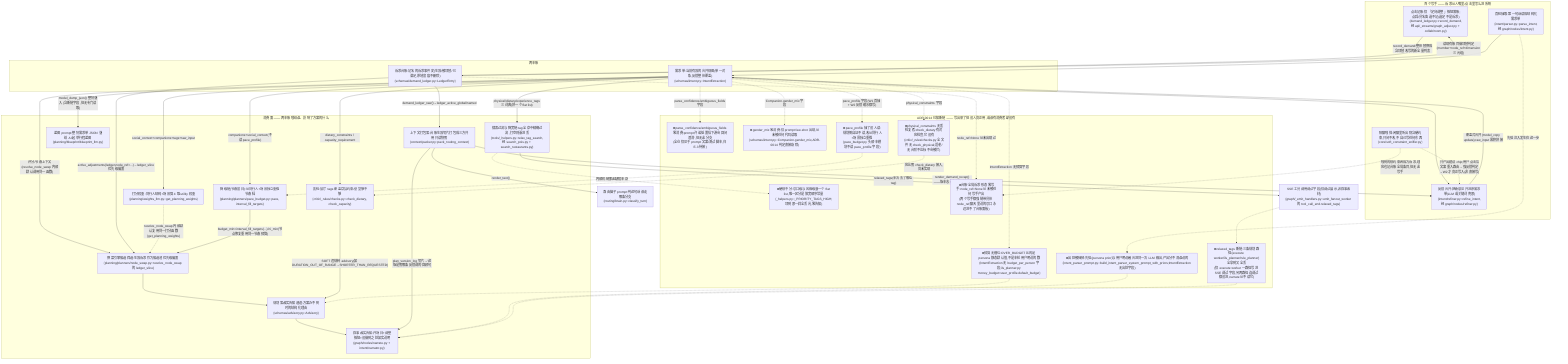
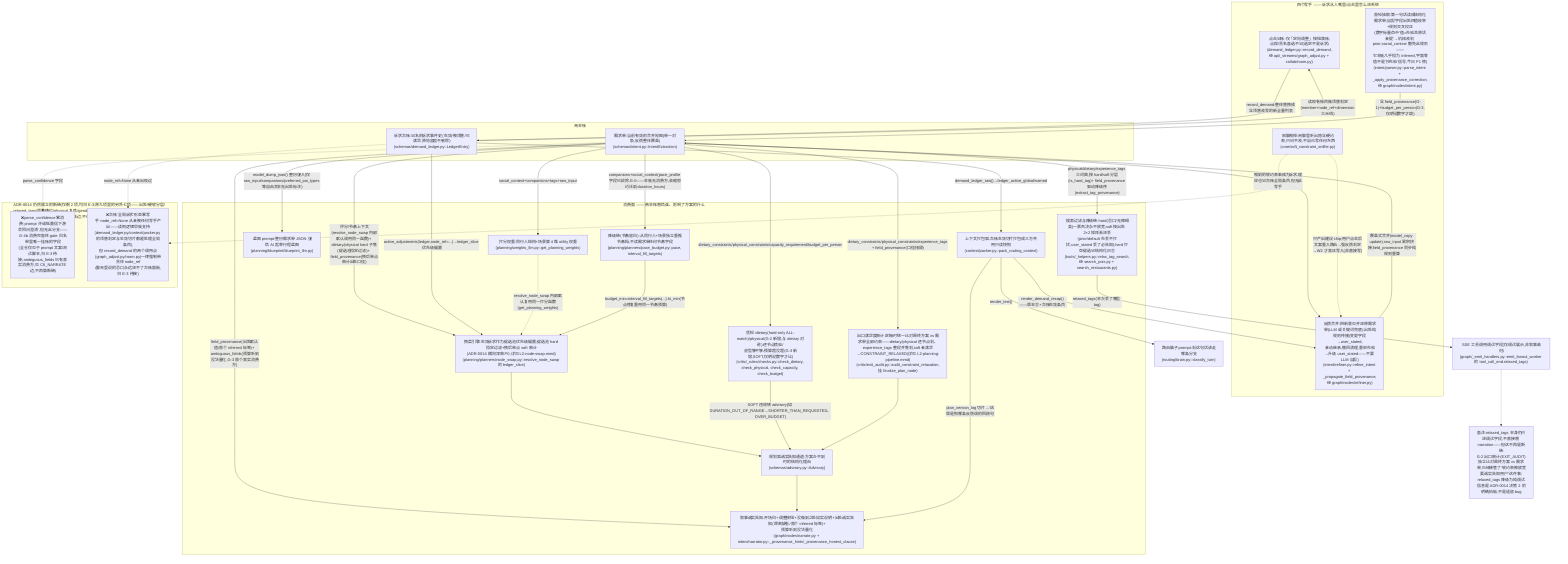
%% ============================================================
%% L2-a · 约束数据流 —— 这张图回答:
%%   「用户的诉求(说的/点的/聊天里带出的)怎么变成结构化数据、
%%    又被谁消费去影响方案」
%% ----
%% 受众: 有基础知识的非开发者也要能读懂(人话为主) + 开发者可定位(括号内代码名)
- %% 基于 commit: 57afcef (2026-07-03)
+ %% 基于 commit: 93906e3
%% 前置阅读: docs/map/L1-modules.mmd / L1-turn-pipeline.mmd / index.html 的 L0 术语表
%%           (「需求单」=IntentExtraction,「诉求台账」=demand_ledger,「质检」=critic,
%%            「兜底」=fallback/drain —— 本图沿用这套词,不新造术语)
%% ----
- %% 【这是什么】ADR-0014(需求分析环节治理)的作业底图。全链路只读审查发现:
- %%   骨架成立(分层抽取/输入分层/校验-重试环都是成熟范式),但管道漏水——
- %%   若干字段被认真写出后从未被真正读过,若干"诚实告知"的素材半路被丢弃。
- %%   本图把「写手 → 两本账 → 消费面」的真实边全部画出来,断链用虚线+❌标出,
- %%   这正是 ADR-0014 决策(G-0~G-3 + E-3 挂钩两项)要收口的洞。
+ %% 【这是什么】ADR-0014(需求分析环节治理)的作业底图。上一版画的是 2026-07-03
+ %%   全链路只读审查*当时*发现的九处断链;此后 G-0~G-4b 六个批次(3b217f6/
+ %%   206de2e/53ba99b/711a034/60f6130 等)+ 横向深审四发现的处置批(b15fee5/
+ %%   f46423d/a88c96b)+ 降级演练追加批(3113332)已陆续把七处收口——本图这版
+ %%   按 docs/adr/0014-requirement-analysis-provenance-and-hard-constraints.md
+ %%   「落地状态」节 + 读码逐条核实重画:管道基本不再
+ %%   漏水,只剩 E-3 挂钩的两项还在断链区(parse_confidence 的置信度→追问分支、
+ %%   台账"全局诉求"形态的写手),其余七处已画成实线/移出断链区。
%% ----
%% 【图例】
%%   实线 -->   = 当前代码里真实在跑的消费/写入边(有 grep/读码实锤)
%%   虚线 -.->  = 断链 / 非直接(需用户点击中转) / 派生但未真正接线
- %%   ❌ 前缀    = ADR-0014 判定的已知缺口(管道漏水清单)
+ %%   ❌ 前缀    = 仍然成立的已知缺口(现仅剩 2 处,均归 E-3)
%% ----
%% 【锚点表:节点 id → 代码位置】
- %%   W1_PARSE       agent/intent/parser.py::parse_intent ; agent/graph/nodes/intent.py::intent_node
- %%   W2_REFINE      agent/intent/refiner.py::refine_intent ; agent/graph/nodes/refiner.py::refiner_node
+ %%   W1_PARSE       agent/intent/parser.py::parse_intent + _apply_provenance_correction ;
+ %%                  agent/graph/nodes/intent.py::intent_node
+ %%   W2_REFINE      agent/intent/refiner.py::refine_intent + _propagate_field_provenance ;
+ %%                  agent/graph/nodes/refiner.py::refiner_node
%%   W3_LEDGER_WRITE  schemas/demand_ledger.py::record_demand ; api/_streams/graph_adjust.py ; collab/room.py
%%   W4_SNIFFER     agent/core/soft_constraint_sniffer.py::build_soft_constraint_decision
- %%   L_INTENT       schemas/intent.py::IntentExtraction (存于 AgentState["intent"])
+ %%   L_INTENT       schemas/intent.py::IntentExtraction (存于 AgentState["intent"];
+ %%                  field_provenance 字段 · G-1 · 194-214;budget_per_person 字段 · G-3 · 172-183)
%%   L_LEDGER       schemas/demand_ledger.py::LedgerEntry (存于 AgentState["demand_ledger"] / Room.demand_ledger)
- %%   C1_SEARCH      tools/_helpers.py::relax_tag_search ; tools/search_pois.py ; tools/search_restaurants.py
+ %%   C1_SEARCH      tools/_helpers.py::relax_tag_search(hard 恒不放宽,soft 按 field_provenance
+ %%                  排序渐进丢,hard 打空候选记结构化日志) ; tools/search_pois.py ; tools/search_restaurants.py
%%   C2_BLUEPRINT   agent/planning/blueprint/blueprint_llm.py
%%   C3_WEIGHTS     agent/planning/weights_llm.py::get_planning_weights
- %%   C4_CRITIC      agent/planning/critic/_rules/checks.py::check_dietary, check_capacity
+ %%   C4_CRITIC      agent/planning/critic/_rules/checks.py::check_dietary(hard-only ALL-match,已改判) /
+ %%                  check_physical(G-2 新增,与 check_dietary 对称) / check_capacity / check_budget(G-3 新增,SOFT)
%%   C5_PACEBUDGET  agent/planning/planners/pace_budget.py::pace, interval_fill_targets
- %%   C6_NARRATE     agent/graph/nodes/narrate.py ; agent/intent/narrator.py
+ %%   C6_NARRATE     agent/graph/nodes/narrate.py ; agent/intent/narrator.py(_provenance_hints/
+ %%                  _provenance_honest_clause · G-1/G-3 两个消费方:出处默认值/inferred 标签 + 预算
+ %%                  听到没法量化)
%%   C7_PACKER      agent/context/packer.py::pack_routing_context, render_demand_recap ; agent/context/types.py
- %%   C8_SWAP        agent/planning/planners/node_swap.py::resolve_node_swap (ledger_slice 形参)
+ %%   C8_SWAP        agent/planning/planners/node_swap.py::resolve_node_swap (ledger_slice 形参 +
+ %%                  _filter_hard_violations/_audit_swapped_node · ADR-0014 横向深审 P0,详见 L2-node-swap.mmd)
%%   C9_ADVISORY    schemas/advisory.py::Advisory ; ils_planner.py::_build_success_advisories ; node_swap.py 降级序列
+ %%   EXIT_AUDIT     agent/planning/critic/exit_audit.py::audit_constraint_relaxation(G-2,挂 finalize_plan_node,
+ %%                  详见 L2-planning-pipeline.mmd)
%%   SSE_DEBUG      agent/graph/_emit_handlers.py::emit_fanout_worker (tool_call_end.relaxed_tags)
%%   ROUTER_BRAIN   agent/routing/brain.py::classify_turn
- %%   G_*            ADR-0014 判定的断链/缺口(见各节点文字与背景 docstring 引用行号)
+ %%   G_*            仍然成立的断链(仅 2 项,归 E-3;见各节点文字与背景 docstring 引用行号)
%% ============================================================
flowchart TB

  subgraph WRITERS["四个写手 —— 诉求从人嘴里/点击里怎么进系统"]
-     W1_PARSE["首轮抽取:第一句话读成结构化需求单<br/>(intent/parser.py::parse_intent,经 graph/nodes/intent.py)"]
-     W2_REFINE["反馈合并:把新意见并进原需求单(LLM 或关键词兜底)<br/>(intent/refiner.py::refine_intent,经 graph/nodes/refiner.py)"]
+     W1_PARSE["首轮抽取:第一句话读成结构化需求单;自报字段出处四值枚举+规则交叉校正<br/>(数字标量命中'值=先验且原话未提'→机械改判 prior;social_context 豁免此规则——<br/>它本就几乎恒为 inferred,字面等值不是'抄先验'信号,今日 P1 修)<br/>(intent/parser.py::parse_intent + _apply_provenance_correction,经 graph/nodes/intent.py)"]
+     W2_REFINE["反馈合并:把新意见并进原需求单(LLM 或关键词兜底);出处纯规则传播(变更字段→user_stated,<br/>未动继承,撤回清理,重申先验→升级 user_stated——不要 LLM 自报)<br/>(intent/refiner.py::refine_intent + _propagate_field_provenance,经 graph/nodes/refiner.py)"]
    W3_LEDGER_WRITE["点击记账:仅「定向调整」按钮落账;点踩/具名备选不记(选定不是诉求)<br/>(demand_ledger.py::record_demand,经 api/_streams/graph_adjust.py + collab/room.py)"]
    W4_SNIFFER["陪聊嗅探:闲聊里听出隐含硬约束,只问不改,不自己写任何东西<br/>(core/soft_constraint_sniffer.py)"]
  end

  subgraph LEDGERS["两本账"]
    L_INTENT["需求单:当前有效的合并视图(单一对象,反馈整体覆盖)<br/>(schemas/intent.py::IntentExtraction)"]
    L_LEDGER["诉求台账:记名的诉求事件史(生效/被顶替/已满足,原地留痕不删除)<br/>(schemas/demand_ledger.py::LedgerEntry)"]
  end

-   W1_PARSE --> L_INTENT
+   W1_PARSE -->|"含 field_provenance(G-1)+budget_per_person(G-3,仅明说数字才填)"| L_INTENT
  L_INTENT --> W2_REFINE
-   W2_REFINE -->|"覆盖式合并(model_copy update),raw_input 累积拼接"| L_INTENT
+   W2_REFINE -->|"覆盖式合并(model_copy update),raw_input 累积拼接,field_provenance 同步纯规则重算"| L_INTENT
  L_LEDGER -->|"读现有账目做顶替判定(member+node_ref+dimension 三元组)"| W3_LEDGER_WRITE
  W3_LEDGER_WRITE -->|"record_demand:整体替换成含顶替改写的新全量列表"| L_LEDGER
  W4_SNIFFER -.->|"只产出建议 chip;用户点击后文案重入路由→强反馈判定→W2 才真正写入(非直接写)"| W2_REFINE

  subgraph CONSUMERS["消费面 —— 两本账喂给谁、影响了方案的什么"]
-     C1_SEARCH["搜索过滤与降宽链:tag 全命中精确过滤,打空则渐进丢<br/>(tools/_helpers.py::relax_tag_search,经 search_pois.py + search_restaurants.py)"]
+     C1_SEARCH["搜索过滤与降级链:hard(忌口/无障碍类)一票否决永不放宽;soft 按出处 2×2 矩阵渐进丢<br/>(prior/default 先丢不打扰,user_stated 丢了必告知);hard 打空候选记结构化日志<br/>(tools/_helpers.py::relax_tag_search,经 search_pois.py + search_restaurants.py)"]
    C2_BLUEPRINT["蓝图 prompt:整份需求单 JSON 灌给 AI 起草行程蓝图<br/>(planning/blueprint/blueprint_llm.py)"]
    C3_WEIGHTS["打分权重:同行人结构+场景算 4 维 utility 权重<br/>(planning/weights_llm.py::get_planning_weights)"]
-     C4_CRITIC["质检:餐厅 tags 覆盖饮食约束/桌型够不够<br/>(critic/_rules/checks.py::check_dietary, check_capacity)"]
-     C5_PACEBUDGET["降级链(节奏留白):从同行人+场景独立重推节奏档<br/>(planning/planners/pace_budget.py::pace, interval_fill_targets)"]
-     C6_NARRATE["叙事诚实告知:开场白+调整按钮+没做到之处如实说明<br/>(graph/nodes/narrate.py + intent/narrator.py)"]
+     C4_CRITIC["质检:dietary(hard-only ALL-match)/physical(G-2 新增,与 dietary 对称)逐节点核验/<br/>桌型够不够/预算超没超(G-3 新增,SOFT,仅明说数字才比)<br/>(critic/_rules/checks.py::check_dietary, check_physical, check_capacity, check_budget)"]
+     C5_PACEBUDGET["降级链(节奏留白):从同行人+场景独立重推节奏档,不读需求单任何节奏字段<br/>(planning/planners/pace_budget.py::pace, interval_fill_targets)"]
+     C6_NARRATE["叙事诚实告知:开场白+调整按钮+没做到之处如实说明+出处诚实告知(距离缺省/首个 inferred 标签)+<br/>预算听到没法量化<br/>(graph/nodes/narrate.py + intent/narrator.py::_provenance_hints/_provenance_honest_clause)"]
    C7_PACKER["上下文打包器:台账生效切片打包成三方共用只读快照<br/>(context/packer.py::pack_routing_context)"]
-     C8_SWAP["换菜引擎候选筛选:生效诉求作为候选池优先级偏置<br/>(planning/planners/node_swap.py::resolve_node_swap 的 ledger_slice)"]
+     C8_SWAP["换菜引擎:生效诉求作为候选池优先级偏置;候选池 hard 恒定过滤+换后单点 soft 审计<br/>(ADR-0014 横向深审 P0,详见 L2-node-swap.mmd)<br/>(planning/planners/node_swap.py::resolve_node_swap 的 ledger_slice)"]
    C9_ADVISORY["规划器诚实告知通道:方案办不到时的结构化理由<br/>(schemas/advisory.py::Advisory)"]
+     EXIT_AUDIT["出口满足度审计:定稿时统一比对最终方案 vs 需求单全部约束——dietary/physical 逐节点判、<br/>experience_tags 整段并集判,soft 未满足→CONSTRAINT_RELAXED(详见 L2-planning-pipeline.mmd)<br/>(critic/exit_audit.py::audit_constraint_relaxation,挂 finalize_plan_node)"]
  end

  SSE_DEBUG["SSE 工具调用调试字段(仅调试展示,非叙事素材)<br/>(graph/_emit_handlers.py::emit_fanout_worker 的 tool_call_end.relaxed_tags)"]
  ROUTER_BRAIN["路由脑子 prompt:判这句话该走哪条分支<br/>(routing/brain.py::classify_turn)"]
+   NOTE_RELAX["备注:relaxed_tags 本身仍只进调试字段,不直接喂 narration——但这不再是断链:<br/>G-2 出口审计(EXIT_AUDIT)独立比对最终方案 vs 需求单,已经接管了'软约束被放宽要诚实告知用户'这件事;<br/>relaxed_tags 降级为纯调试信息是 ADR-0014 决策 2 的明确拍板,不是遗留 bug"]

-   L_INTENT -->|"physical/dietary/experience_tags 三词典(拼一个 flat list)"| C1_SEARCH
-   L_INTENT -->|"model_dump_json() 整份灌入(含断链字段,但无专门读取)"| C2_BLUEPRINT
+   L_INTENT -->|"physical/dietary/experience_tags 三词典,按 hard/soft 分层(is_hard_tag)+ field_provenance 驱动降级序(extract_tag_provenance)"| C1_SEARCH
+   L_INTENT -->|"model_dump_json() 整份灌入(仅 raw_input/companions/preferred_poi_types 等自由文本无出处标注)"| C2_BLUEPRINT
  L_INTENT -->|"social_context+companions+tags+raw_input"| C3_WEIGHTS
-   L_INTENT -->|"dietary_constraints / capacity_requirement"| C4_CRITIC
-   L_INTENT -->|"companions+social_context(不读 pace_profile)"| C5_PACEBUDGET
-   L_INTENT -->|"评分/节奏上下文(resolve_node_swap 内部默认调用同一函数)"| C8_SWAP
+   L_INTENT -->|"dietary_constraints/physical_constraints/capacity_requirement/budget_per_person"| C4_CRITIC
+   L_INTENT -->|"companions+social_context(pace_profile 字段已砍除,G-0——本就无消费方,收缩契约迁到 duration_hours)"| C5_PACEBUDGET
+   L_INTENT -->|"评分/节奏上下文(resolve_node_swap 内部默认调用同一函数)+ dietary/physical hard 子集(候选池恒定过滤)+ field_provenance(换后单点审计出处口径)"| C8_SWAP
+   L_INTENT -->|"field_provenance(出处默认值/首个 inferred 标签)+ ambiguous_fields(预算听到没法量化,G-3 首个真实消费方)"| C6_NARRATE
+   L_INTENT -->|"dietary_constraints/physical_constraints/experience_tags + field_provenance(口径措辞)"| EXIT_AUDIT

  L_LEDGER -->|"demand_ledger_raw()→ledger_active_global/named"| C7_PACKER
  L_LEDGER -->|"active_adjustments(ledger,node_ref=...)→ledger_slice 优先级偏置"| C8_SWAP

  C3_WEIGHTS -.->|"resolve_node_swap 内部默认复用同一打分函数(get_planning_weights)"| C8_SWAP
  C5_PACEBUDGET -->|"budget_min=interval_fill_targets(...).hi_min(节点修复重用同一节奏预算)"| C8_SWAP

  C8_SWAP --> C9_ADVISORY
-   C4_CRITIC -->|"SOFT 违规转 advisory(如 DURATION_OUT_OF_RANGE→SHORTER_THAN_REQUESTED)"| C9_ADVISORY
+   C4_CRITIC -->|"SOFT 违规转 advisory(如 DURATION_OUT_OF_RANGE→SHORTER_THAN_REQUESTED、OVER_BUDGET)"| C9_ADVISORY
+   EXIT_AUDIT --> C9_ADVISORY
  C9_ADVISORY --> C6_NARRATE

  C7_PACKER -->|"render_text()"| ROUTER_BRAIN
  C7_PACKER -->|"render_demand_recap()——版本志+台账生效条目"| W2_REFINE
  C7_PACKER -->|"plan_version_log 切片→'这版是照哪条反馈调的'回顾句"| C6_NARRATE

-   subgraph GAPS["ADR-0014 已知断链 —— 写出来了但没人真正用,或该有消费者却没有"]
-     G_PROVENANCE["❌出处被抹掉:先验(persona prior)与用户明说融合进同一次 LLM 输出,产出分不清谁说的<br/>(intent_parser_prompt.py::build_intent_parser_system_prompt_with_priors;IntentExtraction 无出处字段)"]
-     G_CONF["❌parse_confidence/ambiguous_fields 零消费:prompt 许诺'低置信下游会回问澄清',但无此分支<br/>(全仓仅见于 prompt 文案/测试脚本,归 E-3 待接)"]
-     G_GENDER["❌gender_mix 零消费:仅 prompt few-shot 出现,从未被任何代码读取<br/>(schemas/intent.py::Companion.gender_mix,ADR-0014 判定直接砍除)"]
-     G_PACE["❌pace_profile 抽了没人读:规划侧自证不读,改从同行人+场景独立重推<br/>(pace_budget.py 头部'本模块不读 pace_profile 字段')"]
-     G_HARDSOFT["❌硬软不分:忌口级与风格级混一个 flat list,唯一区分是放宽顺序常量<br/>(_helpers.py::_PRIORITY_TAGS_HIGH;顶到底一样全丢光,零告知)"]
-     G_RELAX["❌relaxed_tags 断链:三条规划路径(execute worker/ils_planner/rule_planner)全拿到又全丢<br/>(仅 execute worker 一路径写进 SSE 调试字段,另两路径连调试都没进,narrate 从不读它)"]
-     G_BUDGET["❌预算无槽位:OVER_BUDGET 比的是 persona 静态默认值,不是本轮用户明说的数<br/>(IntentExtraction 无 budget_per_person 字段;ils_planner.py money_budget=user_profile.default_budget)"]
-     G_PHYS["❌physical_constraints 无质检复核:check_dietary 有对应检查,它没有<br/>(critic/_rules/checks.py 全文件无 check_physical;适老/无台阶不达标不会被拦)"]
-     G_GLOBAL["❌台账'全局诉求'形态零写手:node_ref=None 从未被任何写手产出<br/>(两个写手都强制带具体 node_ref;聊天里说的忌口永远进不了台账面板)"]
+   C1_SEARCH -->|"relaxed_tags(本次丢了哪些 tag)"| SSE_DEBUG
+   SSE_DEBUG -.-> NOTE_RELAX
+ 
+   subgraph GAPS["ADR-0014 仍然成立的断链(仅剩 2 项,均归 E-3;原九项里的另外七项——出处/硬软分层/<br/>relaxed_tags/预算槽位/physical 复核/gender_mix/pace_profile——已被 G-0~G-4b 收口,<br/>已折叠进上方 CONSUMERS 的实线边,不在此重复罗列)"]
+     G_CONF["❌parse_confidence 零消费:prompt 许诺'低置信下游会回问澄清',但无此分支——<br/>G-4b 消费完备性 gate 白名单里唯一挂账的字段<br/>(全仓仅见于 prompt 文案/测试脚本,归 E-3 待接;ambiguous_fields 已有真实消费方,见 C6_NARRATE 边,不再算断链)"]
+     G_GLOBAL["❌台账'全局诉求'形态零写手:node_ref=None 从未被任何写手产出——读侧逻辑早就支持<br/>(demand_ledger.py/context/packer.py 的顶替判定与生效切片都能处理全局条目),<br/>但 record_demand 的两个调用点(graph_adjust.py/room.py)一律强制带具体 node_ref<br/>(聊天里说的忌口永远进不了台账面板,归 E-3 待接)"]
  end

-   W1_PARSE -.->|"先验注入发生在这一步"| G_PROVENANCE
-   G_PROVENANCE -.-> C6_NARRATE
- 
-   L_INTENT -.->|"pace_profile 字段(W1 首抽 + W2 反馈缩水都写)"| G_PACE
-   G_PACE -.-> C5_PACEBUDGET
- 
-   L_INTENT -.->|"parse_confidence/ambiguous_fields 字段"| G_CONF
-   L_INTENT -.->|"Companion.gender_mix 字段"| G_GENDER
- 
-   C1_SEARCH -.->|"内部机制即此缺陷本身"| G_HARDSOFT
-   C1_SEARCH -->|"relaxed_tags(本次丢了哪些 tag)"| SSE_DEBUG
-   SSE_DEBUG -.-> G_RELAX
-   G_RELAX -.-> C6_NARRATE
- 
-   L_INTENT -.->|"IntentExtraction 无预算字段"| G_BUDGET
-   G_BUDGET -.-> C9_ADVISORY
- 
-   L_INTENT -.->|"physical_constraints 字段"| G_PHYS
-   G_PHYS -.->|"应比照 check_dietary 接入,尚未实现"| C4_CRITIC
- 
+   L_INTENT -.->|"parse_confidence 字段"| G_CONF
  L_LEDGER -.->|"node_ref=None 从未出现过"| G_GLOBAL
  W4_SNIFFER -.->|"嗅到的软约束若成为诉求,理应也记台账全局条目,但无此写手"| G_GLOBAL
